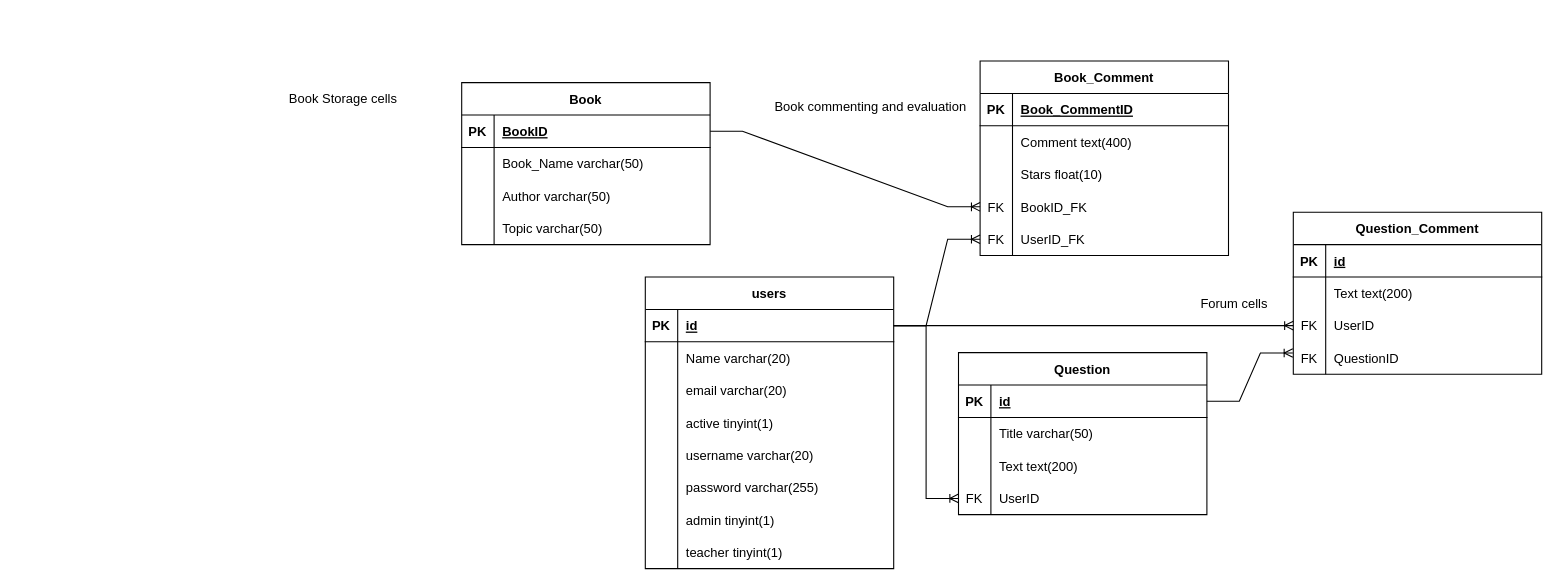
The draw.io diagram Diplom.drawio in MaksimsVisockis01/diploms, before the edit. Source tidied: cells renumbered, new cells numbered last; positions are measured from the earlier drawing's top-left corner, leaving out a move shared by most shapes. Both pictures are drawn from the tidied source at 108%, with x=0, y=0 at pixel (18, 60).
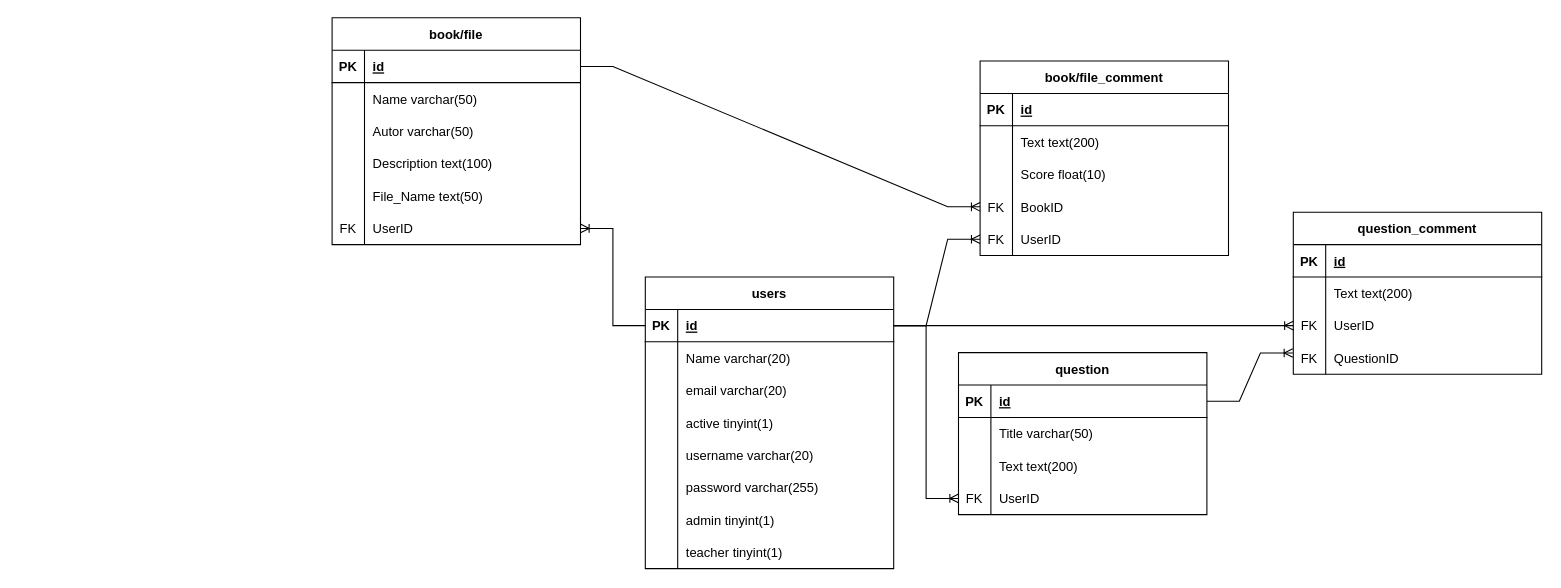
The same diagram, later.

The change refers to these unchanged cells:
```xml
<mxCell id="16" style="shape=tableRow;horizontal=0;startSize=0;swimlaneHead=0;swimlaneBody=0;fillColor=none;points=[[0,0.5],[1,0.5]];portConstraint=eastwest;top=0;left=0;right=0;bottom=1;" parent="15" vertex="1">
  <mxGeometry y="30" width="230" height="30" as="geometry" />
</mxCell>
<mxCell id="61" style="shape=tableRow;horizontal=0;startSize=0;swimlaneHead=0;swimlaneBody=0;fillColor=none;points=[[0,0.5],[1,0.5]];portConstraint=eastwest;top=0;left=0;right=0;bottom=1;" parent="60" vertex="1">
  <mxGeometry y="30" width="230" height="30" as="geometry" />
</mxCell>
<mxCell id="64" style="shape=tableRow;horizontal=0;startSize=0;swimlaneHead=0;swimlaneBody=0;fillColor=none;top=0;left=0;right=0;bottom=0;" parent="60" vertex="1">
  <mxGeometry y="60" width="230" height="30" as="geometry" />
</mxCell>
<mxCell id="67" style="shape=tableRow;horizontal=0;startSize=0;swimlaneHead=0;swimlaneBody=0;fillColor=none;top=0;left=0;right=0;bottom=0;" parent="60" vertex="1">
  <mxGeometry y="90" width="230" height="30" as="geometry" />
</mxCell>
<mxCell id="70" style="shape=tableRow;horizontal=0;startSize=0;swimlaneHead=0;swimlaneBody=0;fillColor=none;top=0;left=0;right=0;bottom=0;" parent="60" vertex="1">
  <mxGeometry y="120" width="230" height="30" as="geometry" />
</mxCell>
<mxCell id="75" style="shape=tableRow;horizontal=0;startSize=0;swimlaneHead=0;swimlaneBody=0;fillColor=none;top=0;left=0;right=0;bottom=1;" parent="74" vertex="1">
  <mxGeometry y="30" width="230" height="30" as="geometry" />
</mxCell>
<mxCell id="78" style="shape=tableRow;horizontal=0;startSize=0;swimlaneHead=0;swimlaneBody=0;fillColor=none;top=0;left=0;right=0;bottom=0;" parent="74" vertex="1">
  <mxGeometry y="60" width="230" height="30" as="geometry" />
</mxCell>
<mxCell id="81" style="shape=tableRow;horizontal=0;startSize=0;swimlaneHead=0;swimlaneBody=0;fillColor=none;top=0;left=0;right=0;bottom=0;" parent="74" vertex="1">
  <mxGeometry y="90" width="230" height="30" as="geometry" />
</mxCell>
<mxCell id="84" style="shape=tableRow;horizontal=0;startSize=0;swimlaneHead=0;swimlaneBody=0;fillColor=none;points=[[0,0.5],[1,0.5]];portConstraint=eastwest;top=0;left=0;right=0;bottom=0;" parent="74" vertex="1">
  <mxGeometry y="120" width="230" height="30" as="geometry" />
</mxCell>
<mxCell id="87" style="shape=tableRow;horizontal=0;startSize=0;swimlaneHead=0;swimlaneBody=0;fillColor=none;points=[[0,0.5],[1,0.5]];portConstraint=eastwest;top=0;left=0;right=0;bottom=0;" parent="74" vertex="1">
  <mxGeometry y="150" width="230" height="30" as="geometry" />
</mxCell>
```

What changed in the source:
```diff
@@
-    <mxCell id="2" value="Question_Comment" style="shape=table;startSize=30;childLayout=tableLayout;rowLines=0;fontStyle=1;align=center;" parent="1" vertex="1">
+    <mxCell id="2" value="question_comment" style="shape=table;startSize=30;childLayout=tableLayout;rowLines=0;fontStyle=1;align=center;" parent="1" vertex="1">
       <mxGeometry x="1180" y="140" width="230" height="150" as="geometry" />
     </mxCell>
@@
-    <mxCell id="40" value="Question" style="shape=table;startSize=30;childLayout=tableLayout;rowLines=0;fontStyle=1;align=center;" parent="1" vertex="1">
+    <mxCell id="40" value="question" style="shape=table;startSize=30;childLayout=tableLayout;rowLines=0;fontStyle=1;align=center;" parent="1" vertex="1">
       <mxGeometry x="870" y="270" width="230" height="150" as="geometry" />
     </mxCell>
@@
-    <mxCell id="57" value="Forum cells" style="text;html=1;align=center;verticalAlign=middle;strokeColor=none;fillColor=none;" parent="1" vertex="1">
-      <mxGeometry x="1080" y="210" width="90" height="30" as="geometry" />
-    </mxCell>
@@
-    <mxCell id="60" value="Book" style="shape=table;startSize=30;childLayout=tableLayout;rowLines=0;fontStyle=1;align=center;" parent="1" vertex="1">
-      <mxGeometry x="410" y="20" width="230" height="150" as="geometry" />
+    <mxCell id="60" value="book/file" style="shape=table;startSize=30;childLayout=tableLayout;rowLines=0;fontStyle=1;align=center;" parent="1" vertex="1">
+      <mxGeometry x="290" y="-40" width="230" height="210" as="geometry" />
     </mxCell>
@@
-    <mxCell id="63" value="BookID" style="shape=partialRectangle;fillColor=none;top=0;left=0;bottom=0;right=0;align=left;spacingLeft=6;fontStyle=5;overflow=hidden;" parent="61" vertex="1">
+    <mxCell id="63" value="id" style="shape=partialRectangle;fillColor=none;top=0;left=0;bottom=0;right=0;align=left;spacingLeft=6;fontStyle=5;overflow=hidden;" parent="61" vertex="1">
       <mxGeometry x="30" width="200" height="30" as="geometry" />
     </mxCell>
@@
-    <mxCell id="66" value="Book_Name varchar(50)" style="shape=partialRectangle;fillColor=none;top=0;left=0;bottom=0;right=0;align=left;spacingLeft=6;overflow=hidden;" parent="64" vertex="1">
+    <mxCell id="66" value="Name varchar(50)" style="shape=partialRectangle;fillColor=none;top=0;left=0;bottom=0;right=0;align=left;spacingLeft=6;overflow=hidden;" parent="64" vertex="1">
       <mxGeometry x="30" width="200" height="30" as="geometry" />
     </mxCell>
@@
-    <mxCell id="69" value="Author varchar(50)" style="shape=partialRectangle;fillColor=none;top=0;left=0;bottom=0;right=0;align=left;spacingLeft=6;overflow=hidden;" parent="67" vertex="1">
+    <mxCell id="69" value="Autor varchar(50)" style="shape=partialRectangle;fillColor=none;top=0;left=0;bottom=0;right=0;align=left;spacingLeft=6;overflow=hidden;" parent="67" vertex="1">
       <mxGeometry x="30" width="200" height="30" as="geometry" />
     </mxCell>
@@
-    <mxCell id="72" value="Topic varchar(50)" style="shape=partialRectangle;fillColor=none;top=0;left=0;bottom=0;right=0;align=left;spacingLeft=6;fontStyle=0;overflow=hidden;" parent="70" vertex="1">
+    <mxCell id="72" value="Description text(100)" style="shape=partialRectangle;fillColor=none;top=0;left=0;bottom=0;right=0;align=left;spacingLeft=6;fontStyle=0;overflow=hidden;" parent="70" vertex="1">
       <mxGeometry x="30" width="200" height="30" as="geometry" />
     </mxCell>
-    <mxCell id="73" value="Book Storage cells" style="text;html=1;align=center;verticalAlign=middle;strokeColor=none;fillColor=none;" parent="1" vertex="1">
-      <mxGeometry x="240" y="20" width="120" height="30" as="geometry" />
-    </mxCell>
+    <mxCell id="95" style="shape=tableRow;horizontal=0;startSize=0;swimlaneHead=0;swimlaneBody=0;fillColor=none;top=0;left=0;right=0;bottom=0;" parent="60" vertex="1">
+      <mxGeometry y="150" width="230" height="30" as="geometry" />
+    </mxCell>
+    <mxCell id="96" style="shape=partialRectangle;fillColor=none;top=0;left=0;bottom=0;right=0;overflow=hidden;" parent="95" vertex="1">
+      <mxGeometry width="30" height="30" as="geometry" />
+    </mxCell>
+    <mxCell id="97" value="File_Name text(50)" style="shape=partialRectangle;fillColor=none;top=0;left=0;bottom=0;right=0;align=left;spacingLeft=6;overflow=hidden;" parent="95" vertex="1">
+      <mxGeometry x="30" width="200" height="30" as="geometry" />
+    </mxCell>
+    <mxCell id="98" style="shape=tableRow;horizontal=0;startSize=0;swimlaneHead=0;swimlaneBody=0;fillColor=none;points=[[0,0.5],[1,0.5]];portConstraint=eastwest;top=0;left=0;right=0;bottom=0;" parent="60" vertex="1">
+      <mxGeometry y="180" width="230" height="30" as="geometry" />
+    </mxCell>
+    <mxCell id="99" value="FK" style="shape=partialRectangle;fillColor=none;top=0;left=0;bottom=0;right=0;overflow=hidden;" parent="98" vertex="1">
+      <mxGeometry width="30" height="30" as="geometry" />
+    </mxCell>
+    <mxCell id="100" value="UserID" style="shape=partialRectangle;fillColor=none;top=0;left=0;bottom=0;right=0;align=left;spacingLeft=6;overflow=hidden;" parent="98" vertex="1">
+      <mxGeometry x="30" width="200" height="30" as="geometry" />
+    </mxCell>
-    <mxCell id="74" value="Book_Comment" style="shape=table;startSize=30;childLayout=tableLayout;rowLines=0;fontStyle=1;align=center;" parent="1" vertex="1">
+    <mxCell id="74" value="book/file_comment" style="shape=table;startSize=30;childLayout=tableLayout;rowLines=0;fontStyle=1;align=center;" parent="1" vertex="1">
       <mxGeometry x="890" width="230" height="180" as="geometry" />
     </mxCell>
@@
-    <mxCell id="77" value="Book_CommentID" style="shape=partialRectangle;fillColor=none;top=0;left=0;bottom=0;right=0;align=left;spacingLeft=6;fontStyle=5;overflow=hidden;" parent="75" vertex="1">
+    <mxCell id="77" value="id" style="shape=partialRectangle;fillColor=none;top=0;left=0;bottom=0;right=0;align=left;spacingLeft=6;fontStyle=5;overflow=hidden;" parent="75" vertex="1">
       <mxGeometry x="30" width="200" height="30" as="geometry" />
     </mxCell>
@@
-    <mxCell id="80" value="Comment text(400)" style="shape=partialRectangle;fillColor=none;top=0;left=0;bottom=0;right=0;align=left;spacingLeft=6;overflow=hidden;" parent="78" vertex="1">
+    <mxCell id="80" value="Text text(200)" style="shape=partialRectangle;fillColor=none;top=0;left=0;bottom=0;right=0;align=left;spacingLeft=6;overflow=hidden;" parent="78" vertex="1">
       <mxGeometry x="30" width="200" height="30" as="geometry" />
     </mxCell>
@@
-    <mxCell id="83" value="Stars float(10)" style="shape=partialRectangle;fillColor=none;top=0;left=0;bottom=0;right=0;align=left;spacingLeft=6;fontStyle=0;overflow=hidden;" parent="81" vertex="1">
+    <mxCell id="83" value="Score float(10)" style="shape=partialRectangle;fillColor=none;top=0;left=0;bottom=0;right=0;align=left;spacingLeft=6;fontStyle=0;overflow=hidden;" parent="81" vertex="1">
       <mxGeometry x="30" width="200" height="30" as="geometry" />
     </mxCell>
@@
-    <mxCell id="86" value="BookID_FK" style="shape=partialRectangle;fillColor=none;top=0;left=0;bottom=0;right=0;align=left;spacingLeft=6;fontStyle=0;overflow=hidden;" parent="84" vertex="1">
+    <mxCell id="86" value="BookID" style="shape=partialRectangle;fillColor=none;top=0;left=0;bottom=0;right=0;align=left;spacingLeft=6;fontStyle=0;overflow=hidden;" parent="84" vertex="1">
       <mxGeometry x="30" width="200" height="30" as="geometry" />
     </mxCell>
@@
-    <mxCell id="89" value="UserID_FK" style="shape=partialRectangle;fillColor=none;top=0;left=0;bottom=0;right=0;align=left;spacingLeft=6;fontStyle=0;overflow=hidden;" parent="87" vertex="1">
+    <mxCell id="89" value="UserID" style="shape=partialRectangle;fillColor=none;top=0;left=0;bottom=0;right=0;align=left;spacingLeft=6;fontStyle=0;overflow=hidden;" parent="87" vertex="1">
       <mxGeometry x="30" width="200" height="30" as="geometry" />
     </mxCell>
@@
-    <mxCell id="94" value="Book commenting and&amp;nbsp;evaluation&amp;nbsp;" style="text;html=1;align=center;verticalAlign=middle;strokeColor=none;fillColor=none;" parent="1" vertex="1">
-      <mxGeometry x="690" y="28" width="200" height="30" as="geometry" />
-    </mxCell>
+    <mxCell id="101" style="edgeStyle=entityRelationEdgeStyle;fontSize=12;html=1;endArrow=ERoneToMany;rounded=0;exitX=0;exitY=0.5;exitDx=0;exitDy=0;" parent="1" edge="1" source="16" target="98">
+      <mxGeometry relative="1" as="geometry">
+        <Array as="points">
+          <mxPoint x="550" y="170" />
+          <mxPoint x="560" y="190" />
+          <mxPoint x="530" y="190" />
+          <mxPoint x="330" y="205" />
+        </Array>
+      </mxGeometry>
+    </mxCell>
```
